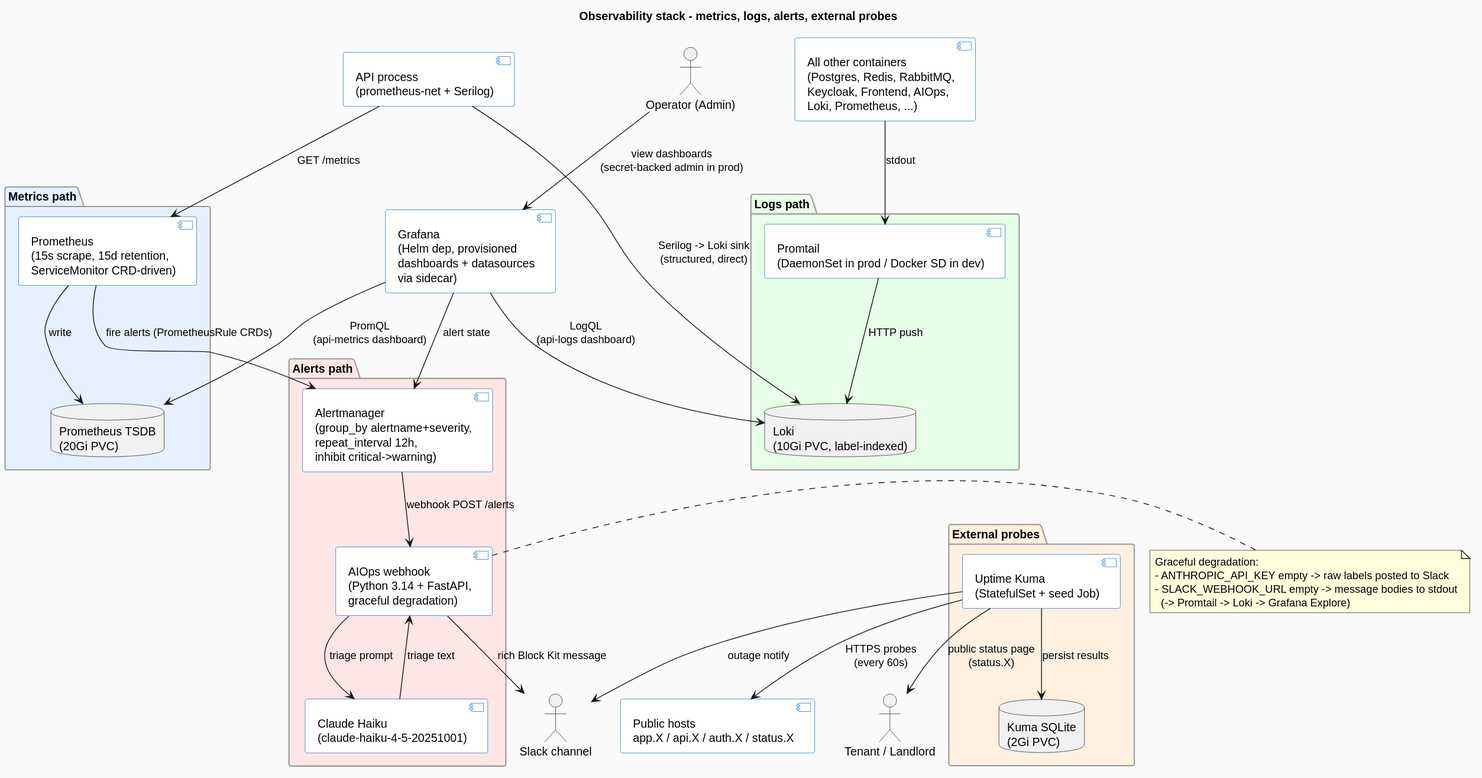
Earlier version of the PlantUML export docs/architecture/diagrams/observability.svg (LIFE-Property-Management/MyProperty). Source of this version:
```plantuml
@startuml
title Observability stack - metrics, logs, alerts, external probes

skinparam BackgroundColor #FAFAFA
skinparam componentBackgroundColor #FFFFFF
skinparam componentBorderColor #1168bd
skinparam packageBorderColor #999
skinparam packageBackgroundColor transparent

actor "Operator (Admin)"    as op
actor "Slack channel"       as slack
actor "Tenant / Landlord"   as user
component "API process\n(prometheus-net + Serilog)" as api
component "All other containers\n(Postgres, Redis, RabbitMQ,\nKeycloak, Frontend, AIOps,\nLoki, Prometheus, ...)" as others
component "Public hosts\napp.X / api.X / auth.X / status.X" as public

package "Metrics path" #E6F0FF {
    component "Prometheus\n(15s scrape, 15d retention,\nServiceMonitor CRD-driven)" as prom
    database  "Prometheus TSDB\n(20Gi PVC)" as tsdb
}

package "Logs path" #E6FFE6 {
    component "Promtail\n(DaemonSet in prod / Docker SD in dev)" as promtail
    database  "Loki\n(10Gi PVC, label-indexed)" as loki
}

package "Alerts path" #FFE6E6 {
    component "Alertmanager\n(group_by alertname+severity,\nrepeat_interval 12h,\ninhibit critical->warning)" as am
    component "AIOps webhook\n(Python 3.14 + FastAPI,\ngraceful degradation)" as aiops
    component "Claude Haiku\n(claude-haiku-4-5-20251001)" as claude
}

package "External probes" #FFF0E0 {
    component "Uptime Kuma\n(StatefulSet + seed Job)" as kuma
    database  "Kuma SQLite\n(2Gi PVC)" as kumadb
}

component "Grafana\n(Helm dep, provisioned\ndashboards + datasources\nvia sidecar)" as grafana

api      --> prom    : GET /metrics
prom     --> tsdb    : write
prom     --> am      : fire alerts (PrometheusRule CRDs)

api      --> loki    : Serilog -> Loki sink\n(structured, direct)
others   --> promtail: stdout
promtail --> loki    : HTTP push

am     --> aiops  : webhook POST /alerts
aiops  --> claude : triage prompt
claude --> aiops  : triage text
aiops  --> slack  : rich Block Kit message
note right of aiops
  Graceful degradation:
  - ANTHROPIC_API_KEY empty -> raw labels posted to Slack
  - SLACK_WEBHOOK_URL empty -> message bodies to stdout
    (-> Promtail -> Loki -> Grafana Explore)
end note

kuma --> public   : HTTPS probes\n(every 60s)
kuma --> kumadb   : persist results
kuma --> slack    : outage notify
kuma --> user     : public status page\n(status.X)

grafana --> tsdb : PromQL\n(api-metrics dashboard)
grafana --> loki : LogQL\n(api-logs dashboard)
grafana --> am   : alert state
op      --> grafana : view dashboards\n(secret-backed admin in prod)
@enduml
```
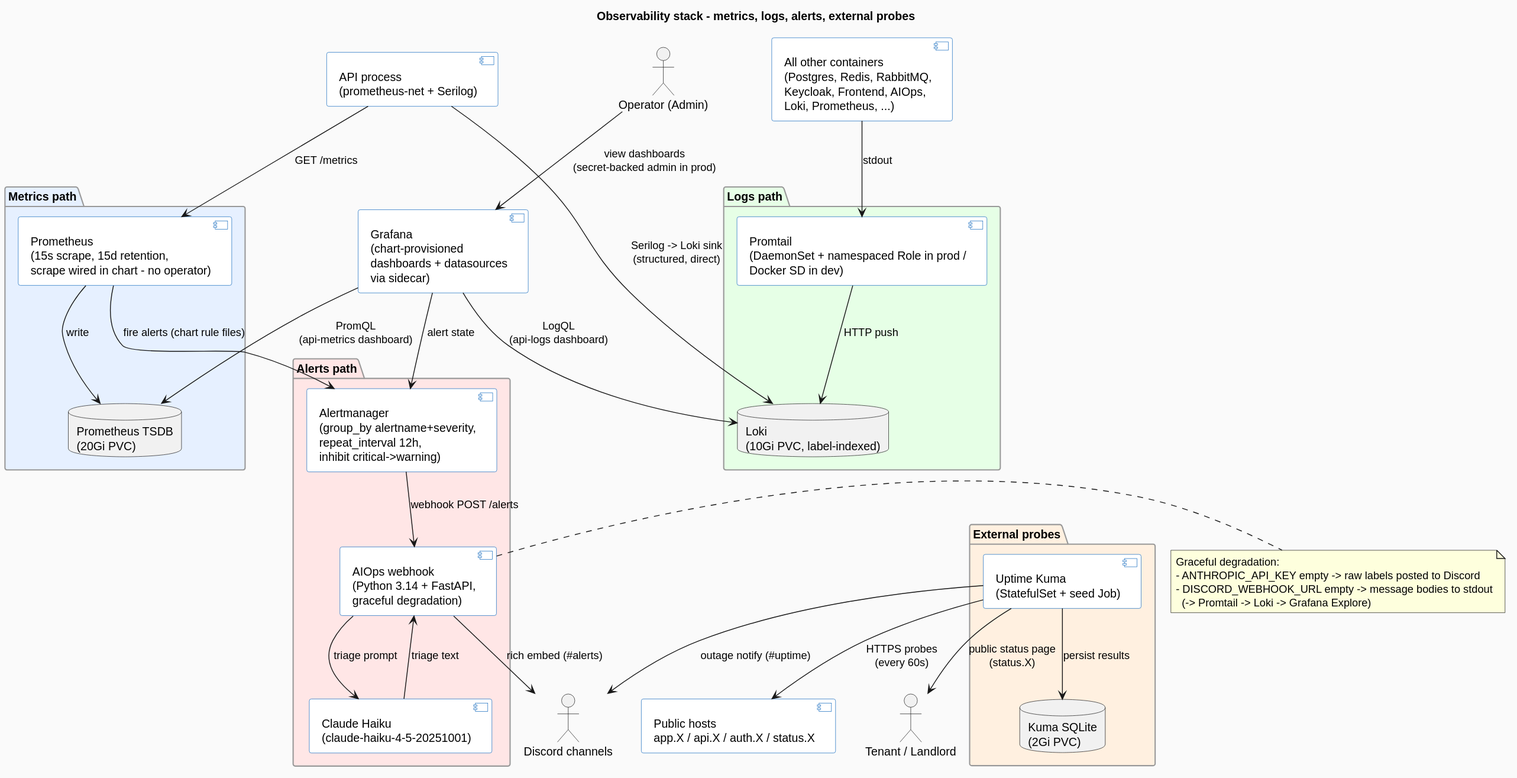
Later version of the same file.

What changed in the source:
```diff
@@ -8,19 +8,19 @@
 skinparam packageBackgroundColor transparent
 
 actor "Operator (Admin)"    as op
-actor "Slack channel"       as slack
+actor "Discord channels"    as discord
 actor "Tenant / Landlord"   as user
 component "API process\n(prometheus-net + Serilog)" as api
 component "All other containers\n(Postgres, Redis, RabbitMQ,\nKeycloak, Frontend, AIOps,\nLoki, Prometheus, ...)" as others
 component "Public hosts\napp.X / api.X / auth.X / status.X" as public
 
 package "Metrics path" #E6F0FF {
-    component "Prometheus\n(15s scrape, 15d retention,\nServiceMonitor CRD-driven)" as prom
+    component "Prometheus\n(15s scrape, 15d retention,\nscrape wired in chart - no operator)" as prom
     database  "Prometheus TSDB\n(20Gi PVC)" as tsdb
 }
 
 package "Logs path" #E6FFE6 {
-    component "Promtail\n(DaemonSet in prod / Docker SD in dev)" as promtail
+    component "Promtail\n(DaemonSet + namespaced Role in prod /\nDocker SD in dev)" as promtail
     database  "Loki\n(10Gi PVC, label-indexed)" as loki
 }
 
@@ -35,11 +35,11 @@
     database  "Kuma SQLite\n(2Gi PVC)" as kumadb
 }
 
-component "Grafana\n(Helm dep, provisioned\ndashboards + datasources\nvia sidecar)" as grafana
+component "Grafana\n(chart-provisioned\ndashboards + datasources\nvia sidecar)" as grafana
 
 api      --> prom    : GET /metrics
 prom     --> tsdb    : write
-prom     --> am      : fire alerts (PrometheusRule CRDs)
+prom     --> am      : fire alerts (chart rule files)
 
 api      --> loki    : Serilog -> Loki sink\n(structured, direct)
 others   --> promtail: stdout
@@ -48,17 +48,17 @@
 am     --> aiops  : webhook POST /alerts
 aiops  --> claude : triage prompt
 claude --> aiops  : triage text
-aiops  --> slack  : rich Block Kit message
+aiops  --> discord : rich embed (#alerts)
 note right of aiops
   Graceful degradation:
-  - ANTHROPIC_API_KEY empty -> raw labels posted to Slack
-  - SLACK_WEBHOOK_URL empty -> message bodies to stdout
+  - ANTHROPIC_API_KEY empty -> raw labels posted to Discord
+  - DISCORD_WEBHOOK_URL empty -> message bodies to stdout
     (-> Promtail -> Loki -> Grafana Explore)
 end note
 
 kuma --> public   : HTTPS probes\n(every 60s)
 kuma --> kumadb   : persist results
-kuma --> slack    : outage notify
+kuma --> discord  : outage notify (#uptime)
 kuma --> user     : public status page\n(status.X)
 
 grafana --> tsdb : PromQL\n(api-metrics dashboard)
```
